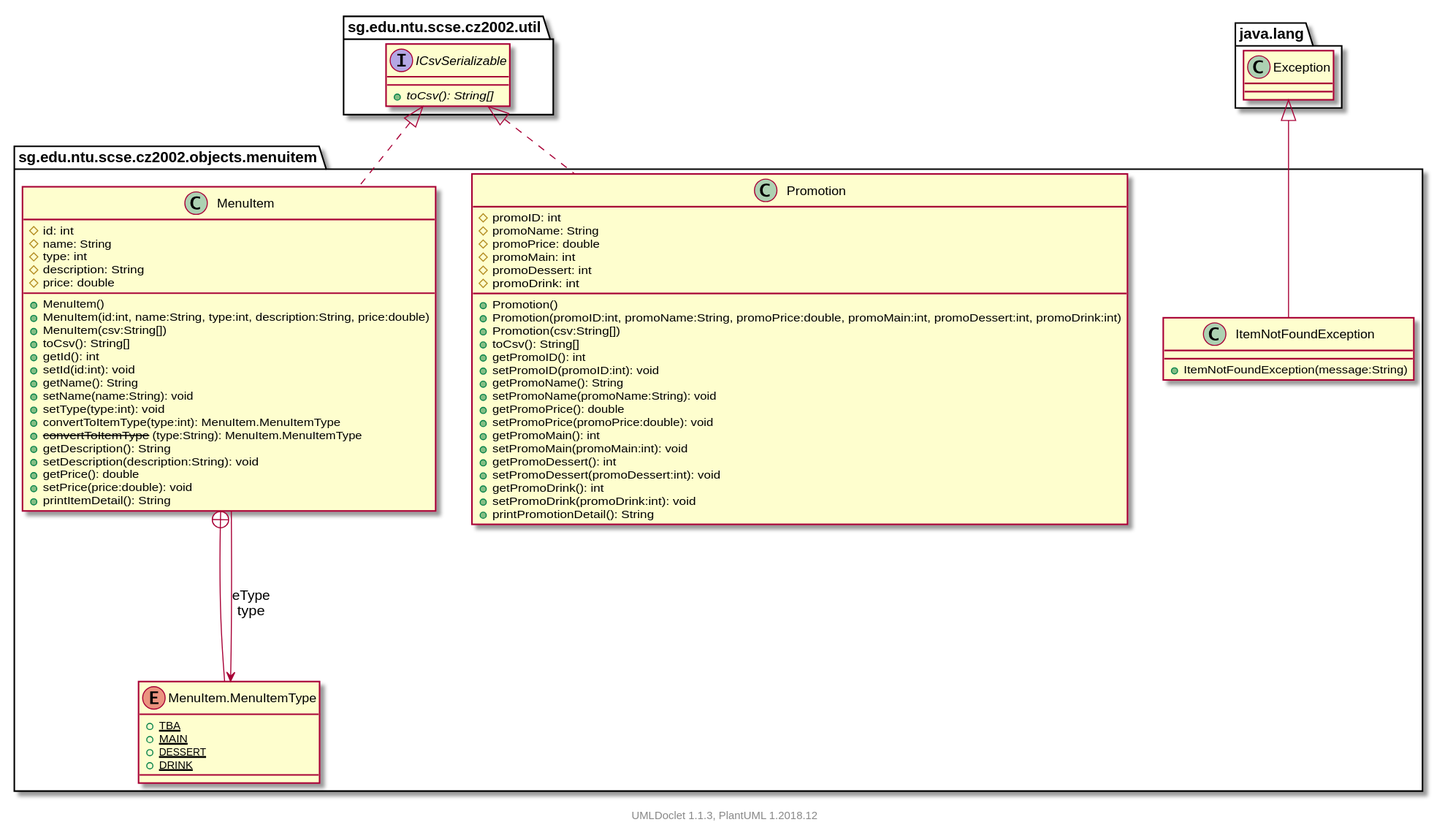
Above: projects/oodp/html/umlversion/uml/sg.edu.ntu.scse.cz2002.objects.menuitem.package.svg in itachi1706/How-to-use-Git-NTUSCSE1819-Site (PlantUML), before the change.
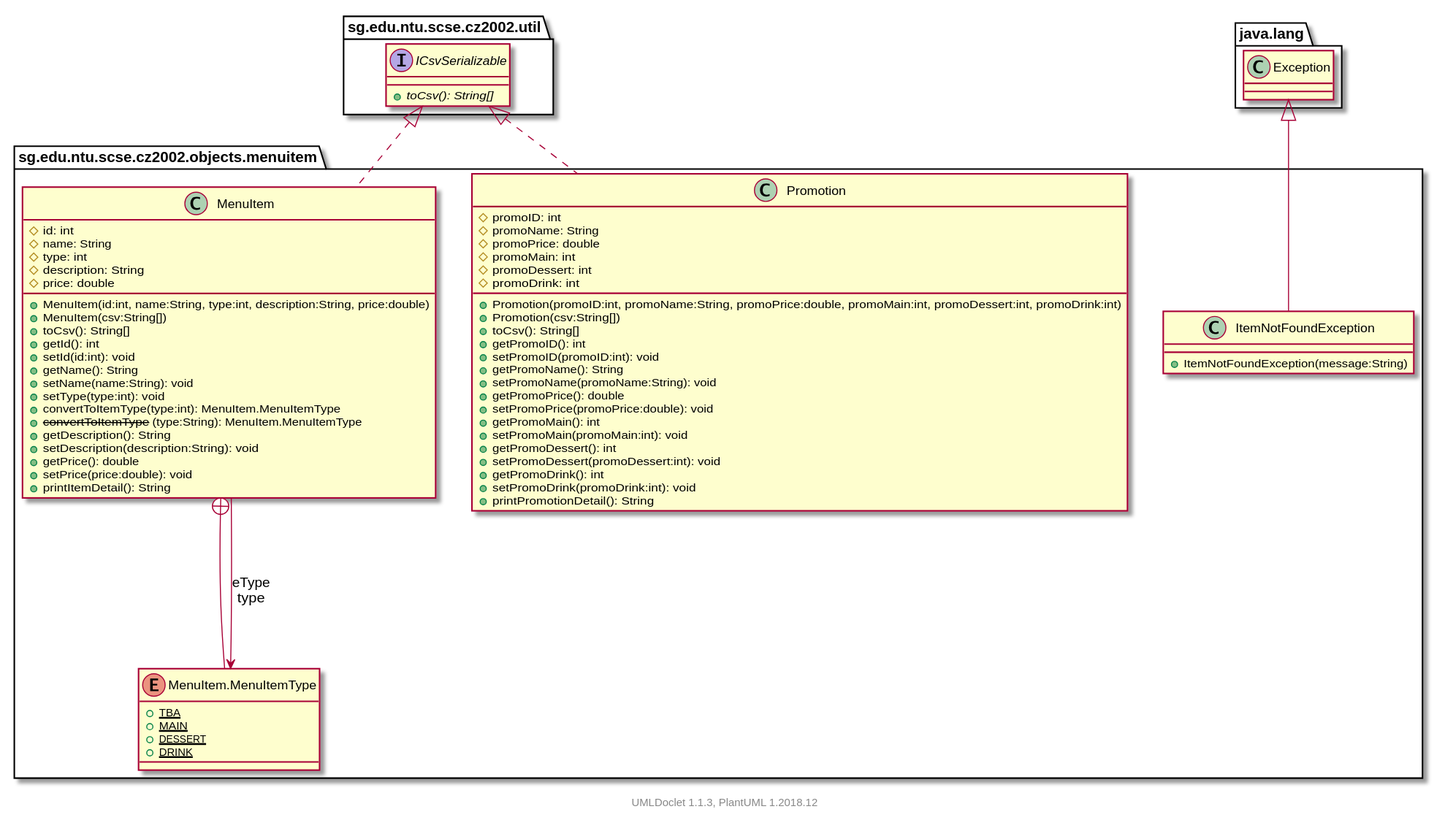
Above is the later version.

The edit, as a diff of the source:
```diff
@@ -8,7 +8,6 @@
             #type: int
             #description: String
             #price: double
-            +MenuItem()
             +MenuItem(id:int, name:String, type:int, description:String, price:double)
             +MenuItem(csv:String[])
             +toCsv(): String[]
@@ -44,7 +43,6 @@
             #promoMain: int
             #promoDessert: int
             #promoDrink: int
-            +Promotion()
             +Promotion(promoID:int, promoName:String, promoPrice:double, promoMain:int, promoDessert:int, promoDrink:int)
             +Promotion(csv:String[])
             +toCsv(): String[]
```
